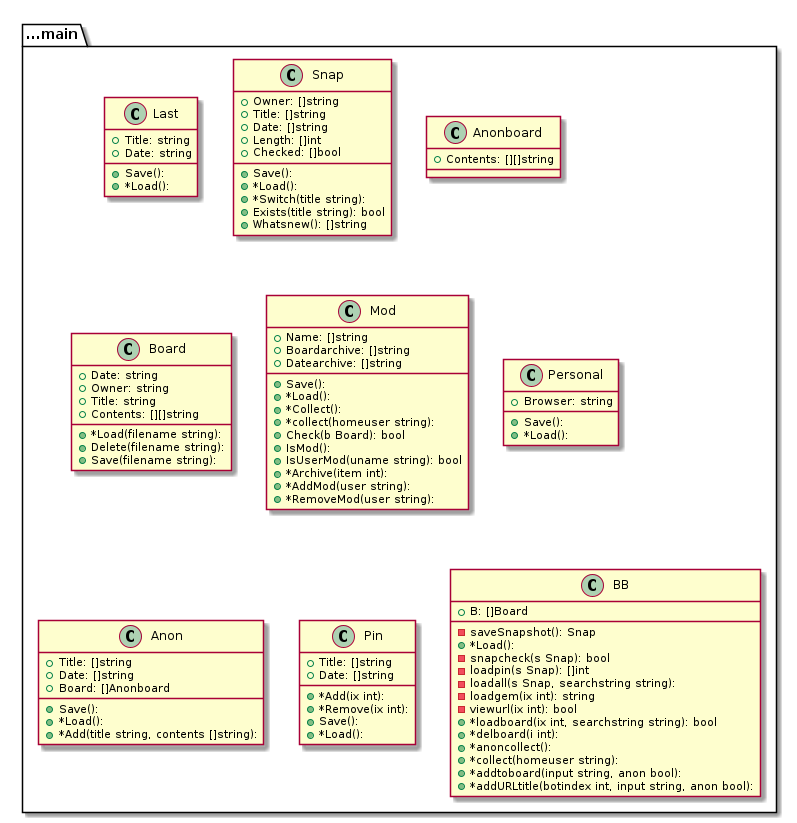
The PlantUML diagram graph.png in tbal999/bb, before a commit.
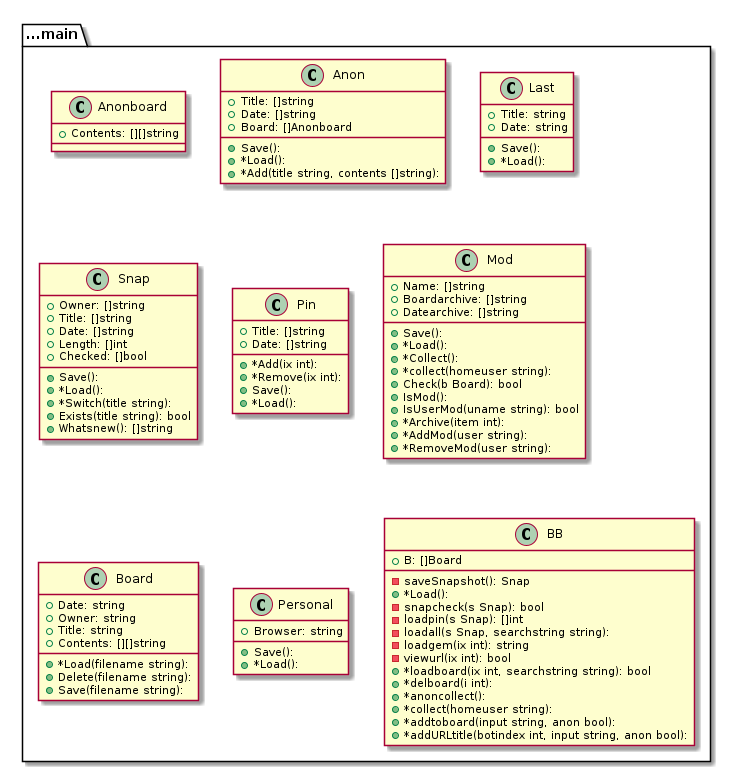
After the change.

Change to the diagram source:
```diff
@@ -1,4 +1,20 @@
 @startuml
+package ...main{
+class Anonboard {
++Contents: [][]string
+
+}
+}
+package ...main{
+class Anon {
++Title: []string
++Date: []string
++Board: []Anonboard
++Save():
++*Load():
++*Add(title string, contents []string):
+}
+}
 package ...main{
 class Last {
 +Title: string
@@ -22,20 +38,13 @@
 }
 }
 package ...main{
-class Anonboard {
-+Contents: [][]string
-
-}
-}
-package ...main{
-class Board {
-+Date: string
-+Owner: string
-+Title: string
-+Contents: [][]string
-+*Load(filename string):
-+Delete(filename string):
-+Save(filename string):
+class Pin {
++Title: []string
++Date: []string
++*Add(ix int):
++*Remove(ix int):
++Save():
++*Load():
 }
 }
 package ...main{
@@ -56,28 +65,19 @@
 }
 }
 package ...main{
-class Personal {
-+Browser: string
-+Save():
-+*Load():
+class Board {
++Date: string
++Owner: string
++Title: string
++Contents: [][]string
++*Load(filename string):
++Delete(filename string):
++Save(filename string):
 }
 }
 package ...main{
-class Anon {
-+Title: []string
-+Date: []string
-+Board: []Anonboard
-+Save():
-+*Load():
-+*Add(title string, contents []string):
-}
-}
-package ...main{
-class Pin {
-+Title: []string
-+Date: []string
-+*Add(ix int):
-+*Remove(ix int):
+class Personal {
++Browser: string
 +Save():
 +*Load():
 }
```
